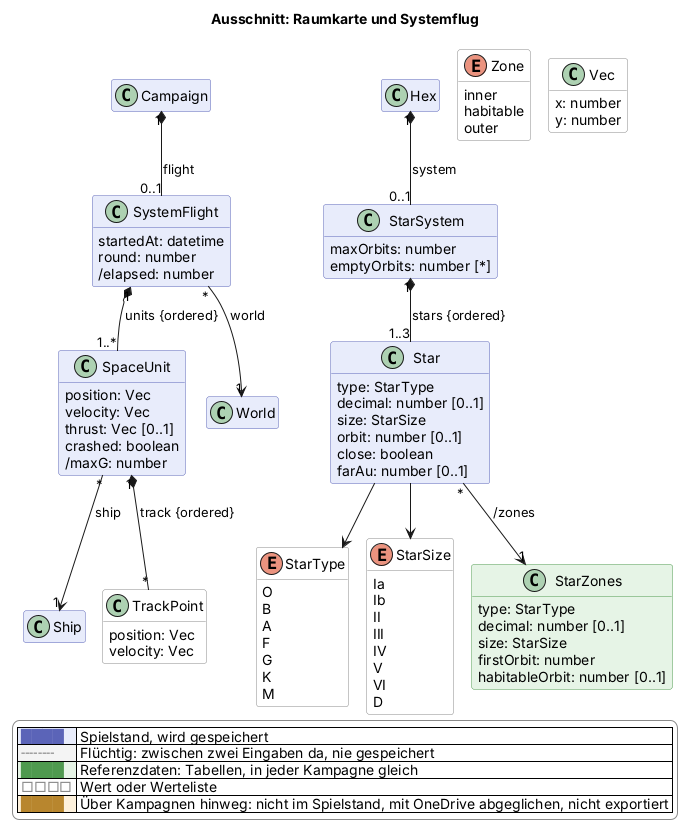
scuzzar/SRE keeps this PlantUML diagram as docs/views/raum.png. Above is the earlier version.
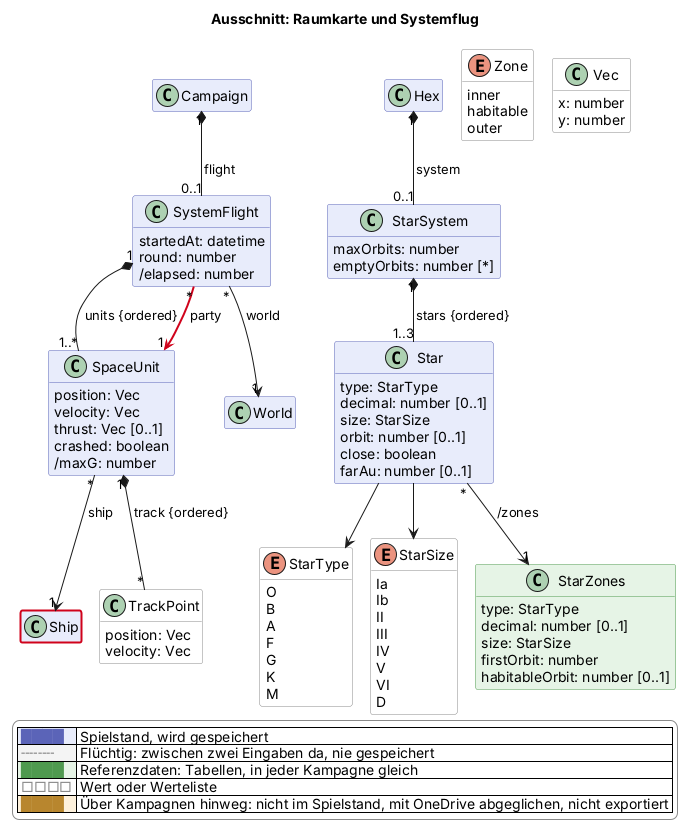
Above is the later version.

Diff of the diagram source:
```diff
@@ -152,6 +152,7 @@
 SystemFlight "*" --> "1" World : world
 SystemFlight "1" *-- "1..*" SpaceUnit : units {ordered}
 SpaceUnit "*" --> "1" Ship : ship
+SystemFlight "*" -$newArrow("2026-11-21b")-> "1" SpaceUnit : party
 SpaceUnit "1" *-- "*" TrackPoint : track {ordered}
 Hex "1" *-- "0..1" StarSystem : system
 StarSystem "1" *-- "1..3" Star : stars {ordered}
@@ -178,4 +179,5 @@
   |<#ffffff> <color:#8a8a8a>□□□□</color> | Wert oder Werteliste |
   |<#fdf1dc> <color:#b8862e>████</color> | Über Kampagnen hinweg: nicht im Spielstand, mit OneDrive abgeglichen, nicht exportiert |
 endlegend
+class Ship #line:d0021b;line.bold
 @enduml
```
